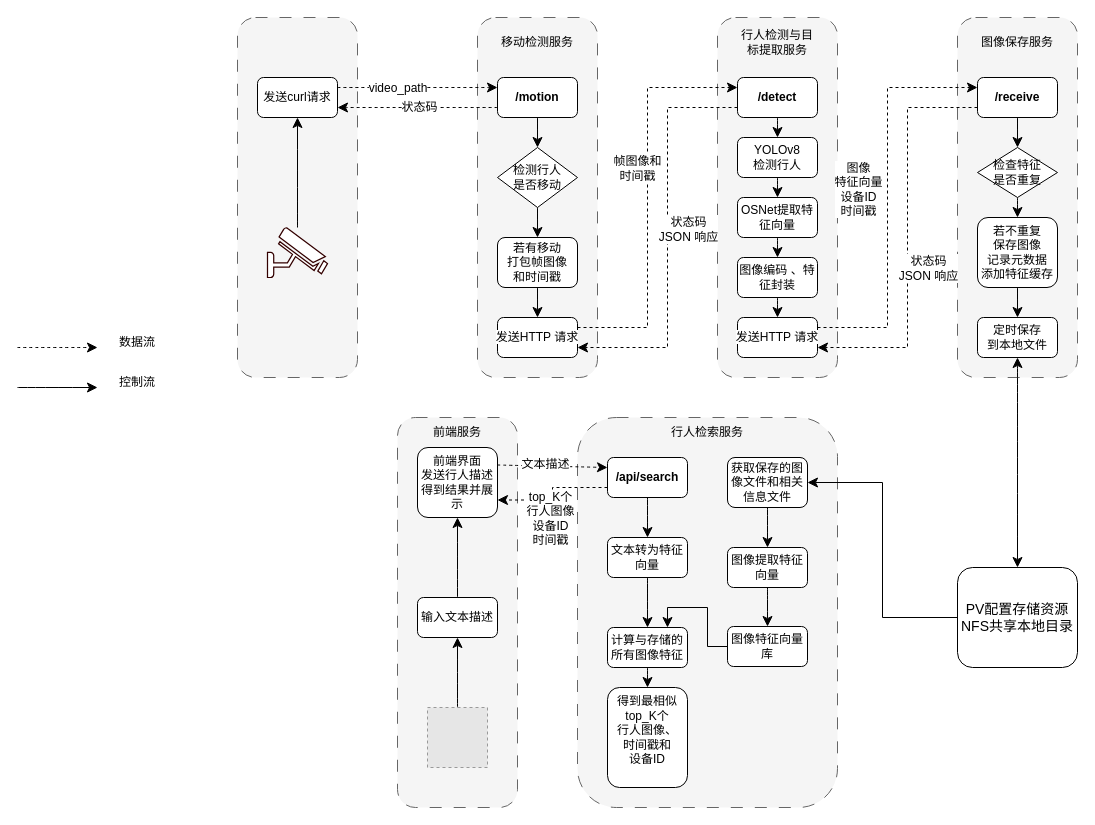
lllwwwooo/draw.io keeps this draw.io diagram as page "系统工作流" (5 of 6) of directory/边缘架构.drawio. Above is the earlier version. Source tidied: cells renumbered, new cells numbered last; positions are measured from the earlier drawing's top-left corner, leaving out a move shared by most shapes. Both pictures are drawn from the tidied source at 100%, with x=0, y=0 at pixel (17, 17). Pictures stored in the file or linked from it are replaced by grey dashed boxes.
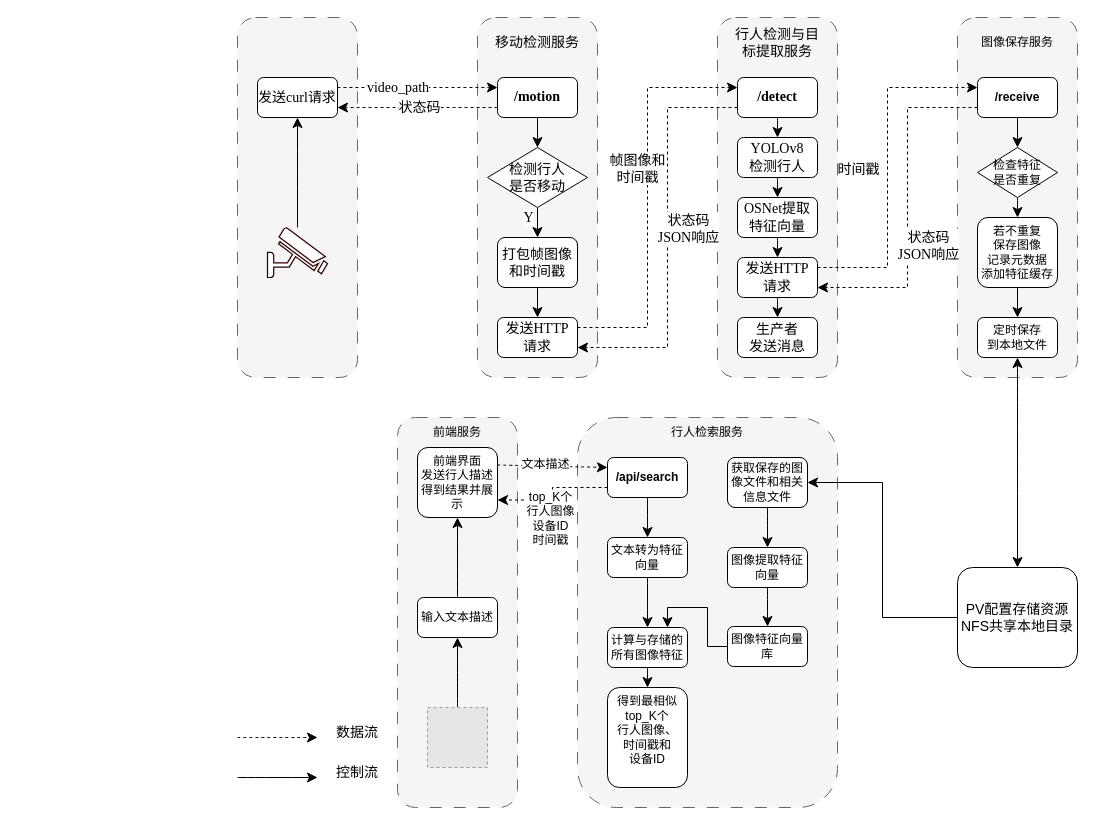
After the change.

Commit message (it also covers changes not shown here):
更新边缘架构.drawio

The change refers to these unchanged cells:
```xml
<mxCell id="7" style="edgeStyle=none;curved=1;rounded=0;jettySize=auto;html=1;exitX=1;exitY=0.25;exitDx=0;exitDy=0;entryX=0;entryY=0.25;entryDx=0;entryDy=0;fontSize=12;startSize=8;endSize=8;dashed=1;" parent="1" edge="1" source="9" target="13">
  <mxGeometry relative="1" as="geometry" />
</mxCell>
<mxCell id="11" style="edgeStyle=none;curved=1;rounded=0;jettySize=auto;html=1;exitX=0;exitY=0.75;exitDx=0;exitDy=0;entryX=1;entryY=0.75;entryDx=0;entryDy=0;fontSize=12;startSize=8;endSize=8;dashed=1;" parent="1" edge="1" source="13" target="9">
  <mxGeometry relative="1" as="geometry" />
</mxCell>
<mxCell id="17" style="edgeStyle=none;curved=1;rounded=0;jettySize=auto;html=1;exitX=0.5;exitY=1;exitDx=0;exitDy=0;entryX=0.5;entryY=0;entryDx=0;entryDy=0;fontSize=12;startSize=8;endSize=8;" parent="1" edge="1" source="18" target="28">
  <mxGeometry relative="1" as="geometry" />
</mxCell>
<mxCell id="19" style="edgeStyle=elbowEdgeStyle;rounded=0;jettySize=auto;html=1;exitX=1;exitY=0.25;exitDx=0;exitDy=0;entryX=0;entryY=0.25;entryDx=0;entryDy=0;fontSize=12;startSize=8;endSize=8;dashed=1;" parent="1" edge="1" source="21" target="25">
  <mxGeometry relative="1" as="geometry">
    <Array as="points">
      <mxPoint x="630" y="160" />
    </Array>
  </mxGeometry>
</mxCell>
<mxCell id="23" style="edgeStyle=elbowEdgeStyle;rounded=0;jettySize=auto;html=1;exitX=0;exitY=0.75;exitDx=0;exitDy=0;entryX=1;entryY=0.75;entryDx=0;entryDy=0;fontSize=12;startSize=8;endSize=8;dashed=1;" parent="1" edge="1" source="25" target="21">
  <mxGeometry relative="1" as="geometry">
    <Array as="points">
      <mxPoint x="650" y="180" />
    </Array>
  </mxGeometry>
</mxCell>
<mxCell id="45" value="&lt;b&gt;/receive&lt;/b&gt;" style="rounded=1;whiteSpace=wrap;html=1;" parent="1" vertex="1">
  <mxGeometry x="960" y="60" width="80" height="40" as="geometry" />
</mxCell>
```

Change to the diagram source:
```diff
@@
-    <mxCell id="8" value="&lt;div&gt;&lt;span style=&quot;background-color: light-dark(#ffffff, var(--ge-dark-color, #121212)); color: light-dark(rgb(0, 0, 0), rgb(255, 255, 255));&quot;&gt;video_path&lt;/span&gt;&lt;/div&gt;" style="edgeLabel;html=1;align=center;verticalAlign=middle;fontSize=12;labelPosition=center;verticalLabelPosition=middle;whiteSpace=wrap;" parent="7" vertex="1">
+    <mxCell id="8" value="&lt;div&gt;&lt;span style=&quot;background-color: light-dark(#ffffff, var(--ge-dark-color, #121212)); color: light-dark(rgb(0, 0, 0), rgb(255, 255, 255));&quot;&gt;&lt;font style=&quot;font-size: 14px;&quot; face=&quot;Times New Roman&quot;&gt;video_path&lt;/font&gt;&lt;/span&gt;&lt;/div&gt;" style="edgeLabel;html=1;align=center;verticalAlign=middle;fontSize=12;labelPosition=center;verticalLabelPosition=middle;whiteSpace=wrap;" parent="7" vertex="1">
       <mxGeometry x="-0.34" y="2" relative="1" as="geometry">
         <mxPoint x="7" y="2" as="offset" />
       </mxGeometry>
     </mxCell>
-    <mxCell id="9" value="&lt;div&gt;发送curl请求&lt;/div&gt;" style="rounded=1;whiteSpace=wrap;html=1;" parent="1" vertex="1">
+    <mxCell id="9" value="&lt;div&gt;&lt;font style=&quot;font-size: 14px;&quot;&gt;&lt;font style=&quot;&quot; face=&quot;宋体&quot;&gt;发送&lt;/font&gt;&lt;font face=&quot;Times New Roman&quot; style=&quot;&quot;&gt;curl&lt;/font&gt;&lt;font style=&quot;&quot; face=&quot;宋体&quot;&gt;请求&lt;/font&gt;&lt;/font&gt;&lt;/div&gt;" style="rounded=1;whiteSpace=wrap;html=1;" parent="1" vertex="1">
       <mxGeometry x="240" y="60" width="80" height="40" as="geometry" />
     </mxCell>
@@
-    <mxCell id="12" value="状态码" style="edgeLabel;html=1;align=center;verticalAlign=middle;fontSize=12;" parent="11" vertex="1">
+    <mxCell id="12" value="&lt;font style=&quot;font-size: 14px;&quot; face=&quot;宋体&quot;&gt;状态码&lt;/font&gt;" style="edgeLabel;html=1;align=center;verticalAlign=middle;fontSize=12;" parent="11" vertex="1">
       <mxGeometry x="-0.01" y="-1" relative="1" as="geometry" />
     </mxCell>
-    <mxCell id="13" value="&lt;div&gt;&lt;b&gt;/motion&lt;/b&gt;&lt;/div&gt;" style="rounded=1;whiteSpace=wrap;html=1;" parent="1" vertex="1">
+    <mxCell id="13" value="&lt;div&gt;&lt;b&gt;&lt;font style=&quot;font-size: 14px;&quot; face=&quot;Times New Roman&quot;&gt;/motion&lt;/font&gt;&lt;/b&gt;&lt;/div&gt;" style="rounded=1;whiteSpace=wrap;html=1;" parent="1" vertex="1">
       <mxGeometry x="480" y="60" width="80" height="40" as="geometry" />
     </mxCell>
@@
-    <mxCell id="16" value="移动检测服务" style="text;html=1;align=center;verticalAlign=middle;whiteSpace=wrap;rounded=0;" parent="1" vertex="1">
-      <mxGeometry x="480" y="10" width="80" height="30" as="geometry" />
+    <mxCell id="16" value="&lt;font style=&quot;font-size: 14px;&quot; face=&quot;宋体&quot;&gt;移动检测服务&lt;/font&gt;" style="text;html=1;align=center;verticalAlign=middle;whiteSpace=wrap;rounded=0;" parent="1" vertex="1">
+      <mxGeometry x="475" y="10" width="90" height="30" as="geometry" />
     </mxCell>
@@
+    <mxCell id="80" value="&lt;font style=&quot;font-size: 14px;&quot; face=&quot;Times New Roman&quot;&gt;Y&lt;/font&gt;" style="edgeLabel;html=1;align=center;verticalAlign=middle;" parent="17" vertex="1">
+      <mxGeometry x="-0.07" y="-2" relative="1" as="geometry">
+        <mxPoint x="-8" y="-4" as="offset" />
+      </mxGeometry>
+    </mxCell>
-    <mxCell id="18" value="检测行人&lt;div&gt;是否移动&lt;/div&gt;" style="rhombus;whiteSpace=wrap;html=1;" parent="1" vertex="1">
-      <mxGeometry x="480" y="130" width="80" height="60" as="geometry" />
+    <mxCell id="18" value="&lt;font style=&quot;font-size: 14px;&quot; face=&quot;宋体&quot;&gt;检测行人&lt;/font&gt;&lt;div&gt;&lt;font style=&quot;font-size: 14px;&quot; face=&quot;宋体&quot;&gt;是否移动&lt;/font&gt;&lt;/div&gt;" style="rhombus;whiteSpace=wrap;html=1;" parent="1" vertex="1">
+      <mxGeometry x="470" y="130" width="100" height="60" as="geometry" />
     </mxCell>
@@
-    <mxCell id="20" value="帧图像和&lt;div&gt;时间戳&lt;/div&gt;" style="edgeLabel;html=1;align=center;verticalAlign=middle;fontSize=12;" parent="19" vertex="1">
+    <mxCell id="20" value="&lt;font face=&quot;宋体&quot; style=&quot;font-size: 14px;&quot;&gt;帧图像和&lt;/font&gt;&lt;div&gt;&lt;font style=&quot;font-size: 14px;&quot; face=&quot;宋体&quot;&gt;时间戳&lt;/font&gt;&lt;/div&gt;" style="edgeLabel;html=1;align=center;verticalAlign=middle;fontSize=12;" parent="19" vertex="1">
       <mxGeometry x="0.69" y="2" relative="1" as="geometry">
         <mxPoint x="-39" y="82" as="offset" />
       </mxGeometry>
     </mxCell>
-    <mxCell id="21" value="&lt;span style=&quot;text-wrap-mode: nowrap; background-color: rgb(255, 255, 255);&quot;&gt;发送HTTP 请求&lt;/span&gt;" style="rounded=1;whiteSpace=wrap;html=1;" parent="1" vertex="1">
+    <mxCell id="21" value="&lt;span style=&quot;text-wrap-mode: nowrap; background-color: rgb(255, 255, 255);&quot;&gt;&lt;font face=&quot;宋体&quot; style=&quot;font-size: 14px;&quot;&gt;发送&lt;/font&gt;&lt;font face=&quot;Times New Roman&quot; style=&quot;font-size: 14px;&quot;&gt;HTTP&lt;/font&gt;&lt;/span&gt;&lt;div&gt;&lt;span style=&quot;text-wrap-mode: nowrap; background-color: rgb(255, 255, 255);&quot;&gt;&lt;font face=&quot;宋体&quot; style=&quot;font-size: 14px;&quot;&gt;请求&lt;/font&gt;&lt;/span&gt;&lt;/div&gt;" style="rounded=1;whiteSpace=wrap;html=1;" parent="1" vertex="1">
       <mxGeometry x="480" y="300" width="80" height="40" as="geometry" />
     </mxCell>
@@
-    <mxCell id="24" value="状态码&lt;div&gt;JSON 响应&lt;/div&gt;" style="edgeLabel;html=1;align=center;verticalAlign=middle;fontSize=12;" parent="23" vertex="1">
+    <mxCell id="24" value="&lt;font face=&quot;宋体&quot; style=&quot;font-size: 14px;&quot;&gt;状态码&lt;/font&gt;&lt;div&gt;&lt;font face=&quot;Times New Roman&quot; style=&quot;font-size: 14px;&quot;&gt;JSON&lt;/font&gt;&lt;font style=&quot;font-size: 14px;&quot; face=&quot;宋体&quot;&gt;响应&lt;/font&gt;&lt;/div&gt;" style="edgeLabel;html=1;align=center;verticalAlign=middle;fontSize=12;" parent="23" vertex="1">
       <mxGeometry x="-0.21" relative="1" as="geometry">
         <mxPoint x="20" y="33" as="offset" />
       </mxGeometry>
     </mxCell>
-    <mxCell id="25" value="&lt;div&gt;&lt;b&gt;/detect&lt;/b&gt;&lt;/div&gt;" style="rounded=1;whiteSpace=wrap;html=1;" parent="1" vertex="1">
+    <mxCell id="25" value="&lt;div&gt;&lt;b&gt;&lt;font style=&quot;font-size: 14px;&quot; face=&quot;Times New Roman&quot;&gt;/detect&lt;/font&gt;&lt;/b&gt;&lt;/div&gt;" style="rounded=1;whiteSpace=wrap;html=1;" parent="1" vertex="1">
       <mxGeometry x="720" y="60" width="80" height="40" as="geometry" />
     </mxCell>
-    <mxCell id="26" value="行人检测与目标提取服务" style="text;html=1;align=center;verticalAlign=middle;whiteSpace=wrap;rounded=0;" parent="1" vertex="1">
-      <mxGeometry x="720" y="10" width="80" height="30" as="geometry" />
+    <mxCell id="26" value="&lt;font style=&quot;font-size: 14px;&quot; face=&quot;宋体&quot;&gt;行人检测与目标提取服务&lt;/font&gt;" style="text;html=1;align=center;verticalAlign=middle;whiteSpace=wrap;rounded=0;" parent="1" vertex="1">
+      <mxGeometry x="715" y="10" width="90" height="30" as="geometry" />
     </mxCell>
@@
-    <mxCell id="28" value="&lt;span style=&quot;text-wrap-mode: nowrap; background-color: rgb(255, 255, 255);&quot;&gt;若有移动&lt;/span&gt;&lt;div&gt;&lt;span style=&quot;text-wrap-mode: nowrap; background-color: rgb(255, 255, 255);&quot;&gt;打包&lt;/span&gt;&lt;span style=&quot;background-color: light-dark(rgb(255, 255, 255), rgb(18, 18, 18)); text-wrap-mode: nowrap; color: light-dark(rgb(0, 0, 0), rgb(255, 255, 255));&quot;&gt;帧图像&lt;/span&gt;&lt;div&gt;&lt;span style=&quot;text-wrap-mode: nowrap; background-color: rgb(255, 255, 255);&quot;&gt;和时间戳&lt;/span&gt;&lt;/div&gt;&lt;/div&gt;" style="rounded=1;whiteSpace=wrap;html=1;" parent="1" vertex="1">
+    <mxCell id="28" value="&lt;div&gt;&lt;font style=&quot;&quot; face=&quot;宋体&quot;&gt;&lt;span style=&quot;font-size: 14px; text-wrap-mode: nowrap; background-color: rgb(255, 255, 255);&quot;&gt;打包&lt;/span&gt;&lt;span style=&quot;background-color: light-dark(rgb(255, 255, 255), rgb(18, 18, 18)); text-wrap-mode: nowrap; color: light-dark(rgb(0, 0, 0), rgb(255, 255, 255));&quot;&gt;&lt;font style=&quot;font-size: 14px;&quot;&gt;帧图像&lt;/font&gt;&lt;/span&gt;&lt;/font&gt;&lt;div&gt;&lt;span style=&quot;text-wrap-mode: nowrap; background-color: rgb(255, 255, 255);&quot;&gt;&lt;font style=&quot;font-size: 14px;&quot; face=&quot;宋体&quot;&gt;和时间戳&lt;/font&gt;&lt;/span&gt;&lt;/div&gt;&lt;/div&gt;" style="rounded=1;whiteSpace=wrap;html=1;" parent="1" vertex="1">
       <mxGeometry x="480" y="220" width="80" height="50" as="geometry" />
     </mxCell>
@@
-    <mxCell id="30" value="&lt;div&gt;YOLOv8&lt;/div&gt;&lt;div&gt;检测行人&lt;/div&gt;" style="rounded=1;whiteSpace=wrap;html=1;" parent="1" vertex="1">
+    <mxCell id="30" value="&lt;div&gt;&lt;font face=&quot;Times New Roman&quot; style=&quot;font-size: 14px;&quot;&gt;YOLOv8&lt;/font&gt;&lt;/div&gt;&lt;div&gt;&lt;font style=&quot;font-size: 14px;&quot; face=&quot;宋体&quot;&gt;检测行人&lt;/font&gt;&lt;/div&gt;" style="rounded=1;whiteSpace=wrap;html=1;" parent="1" vertex="1">
       <mxGeometry x="720" y="120" width="80" height="40" as="geometry" />
     </mxCell>
     <mxCell id="31" style="endArrow=classic;html=1;rounded=0;fontSize=12;startSize=8;endSize=8;curved=1;dashed=1;" parent="1" edge="1">
       <mxGeometry relative="1" as="geometry">
-        <mxPoint y="330" as="sourcePoint" />
-        <mxPoint x="80" y="330" as="targetPoint" />
+        <mxPoint x="220" y="720" as="sourcePoint" />
+        <mxPoint x="300" y="720" as="targetPoint" />
       </mxGeometry>
     </mxCell>
-    <mxCell id="32" value="数据流" style="text;html=1;align=center;verticalAlign=middle;whiteSpace=wrap;rounded=0;" parent="1" vertex="1">
-      <mxGeometry x="90" y="310" width="60" height="30" as="geometry" />
+    <mxCell id="32" value="&lt;font style=&quot;font-size: 14px;&quot; face=&quot;宋体&quot;&gt;数据流&lt;/font&gt;" style="text;html=1;align=center;verticalAlign=middle;whiteSpace=wrap;rounded=0;" parent="1" vertex="1">
+      <mxGeometry x="310" y="700" width="60" height="30" as="geometry" />
     </mxCell>
     <mxCell id="33" style="endArrow=classic;html=1;rounded=0;fontSize=12;startSize=8;endSize=8;curved=1;" parent="1" edge="1">
       <mxGeometry relative="1" as="geometry">
-        <mxPoint y="370" as="sourcePoint" />
-        <mxPoint x="80" y="370" as="targetPoint" />
+        <mxPoint x="220" y="760" as="sourcePoint" />
+        <mxPoint x="300" y="760" as="targetPoint" />
       </mxGeometry>
     </mxCell>
-    <mxCell id="34" value="控制流" style="text;html=1;align=center;verticalAlign=middle;whiteSpace=wrap;rounded=0;" parent="1" vertex="1">
-      <mxGeometry x="90" y="350" width="60" height="30" as="geometry" />
+    <mxCell id="34" value="&lt;font style=&quot;font-size: 14px;&quot; face=&quot;宋体&quot;&gt;控制流&lt;/font&gt;" style="text;html=1;align=center;verticalAlign=middle;whiteSpace=wrap;rounded=0;" parent="1" vertex="1">
+      <mxGeometry x="310" y="740" width="60" height="30" as="geometry" />
     </mxCell>
@@
-    <mxCell id="36" value="OSNet提取特征向量" style="rounded=1;whiteSpace=wrap;html=1;" parent="1" vertex="1">
+    <mxCell id="36" value="&lt;font style=&quot;font-size: 14px;&quot;&gt;&lt;font style=&quot;&quot;&gt;&lt;font face=&quot;Times New Roman&quot;&gt;OSNet&lt;/font&gt;&lt;font face=&quot;宋体&quot;&gt;提取特&lt;/font&gt;&lt;/font&gt;&lt;font face=&quot;宋体&quot;&gt;征向量&lt;/font&gt;&lt;/font&gt;" style="rounded=1;whiteSpace=wrap;html=1;" parent="1" vertex="1">
       <mxGeometry x="720" y="180" width="80" height="40" as="geometry" />
     </mxCell>
@@
-    <mxCell id="38" value="图像编码 、特征封装" style="rounded=1;whiteSpace=wrap;html=1;" parent="1" vertex="1">
+    <mxCell id="38" value="&lt;span style=&quot;text-wrap-mode: nowrap; background-color: rgb(255, 255, 255);&quot;&gt;&lt;font style=&quot;font-size: 14px;&quot; face=&quot;宋体&quot;&gt;发送&lt;/font&gt;&lt;font style=&quot;font-size: 14px;&quot; face=&quot;Times New Roman&quot;&gt;HTTP&lt;/font&gt;&lt;/span&gt;&lt;div&gt;&lt;span style=&quot;text-wrap-mode: nowrap; background-color: rgb(255, 255, 255);&quot;&gt;&lt;font style=&quot;font-size: 14px;&quot; face=&quot;宋体&quot;&gt;请求&lt;/font&gt;&lt;/span&gt;&lt;/div&gt;" style="rounded=1;whiteSpace=wrap;html=1;" parent="1" vertex="1">
       <mxGeometry x="720" y="240" width="80" height="40" as="geometry" />
     </mxCell>
-    <mxCell id="39" style="edgeStyle=elbowEdgeStyle;rounded=0;jettySize=auto;html=1;exitX=1;exitY=0.25;exitDx=0;exitDy=0;entryX=0;entryY=0.25;entryDx=0;entryDy=0;fontSize=12;startSize=8;endSize=8;dashed=1;" parent="1" edge="1" source="41" target="45">
+    <mxCell id="39" style="edgeStyle=elbowEdgeStyle;rounded=0;jettySize=auto;html=1;exitX=1;exitY=0.25;exitDx=0;exitDy=0;entryX=0;entryY=0.25;entryDx=0;entryDy=0;fontSize=12;startSize=8;endSize=8;dashed=1;" parent="1" edge="1" source="38" target="45">
       <mxGeometry relative="1" as="geometry">
         <Array as="points">
           <mxPoint x="870" y="190" />
         </Array>
       </mxGeometry>
     </mxCell>
-    <mxCell id="40" value="图像&lt;div&gt;特征向量&lt;/div&gt;&lt;div&gt;设备ID&lt;/div&gt;&lt;div&gt;时间戳&lt;/div&gt;" style="edgeLabel;html=1;align=center;verticalAlign=middle;fontSize=12;" parent="39" vertex="1">
+    <mxCell id="40" value="&lt;br&gt;&lt;div&gt;&lt;font style=&quot;font-size: 14px;&quot; face=&quot;宋体&quot;&gt;时间戳&lt;/font&gt;&lt;/div&gt;" style="edgeLabel;html=1;align=center;verticalAlign=middle;fontSize=12;" parent="39" vertex="1">
       <mxGeometry x="0.11" y="1" relative="1" as="geometry">
         <mxPoint x="-29" y="13" as="offset" />
       </mxGeometry>
     </mxCell>
-    <mxCell id="41" value="&lt;span style=&quot;text-wrap-mode: nowrap; background-color: rgb(255, 255, 255);&quot;&gt;发送HTTP 请求&lt;/span&gt;" style="rounded=1;whiteSpace=wrap;html=1;" parent="1" vertex="1">
+    <mxCell id="41" value="&lt;span style=&quot;text-wrap-mode: nowrap; background-color: rgb(255, 255, 255);&quot;&gt;&lt;font face=&quot;宋体&quot; style=&quot;font-size: 14px;&quot;&gt;生产者&lt;/font&gt;&lt;/span&gt;&lt;div&gt;&lt;span style=&quot;text-wrap-mode: nowrap; background-color: rgb(255, 255, 255);&quot;&gt;&lt;font style=&quot;font-size: 14px;&quot; face=&quot;宋体&quot;&gt;发送消息&lt;/font&gt;&lt;/span&gt;&lt;/div&gt;" style="rounded=1;whiteSpace=wrap;html=1;" parent="1" vertex="1">
       <mxGeometry x="720" y="300" width="80" height="40" as="geometry" />
     </mxCell>
@@
-    <mxCell id="43" style="edgeStyle=elbowEdgeStyle;rounded=0;jettySize=auto;html=1;exitX=0;exitY=0.75;exitDx=0;exitDy=0;entryX=1;entryY=0.75;entryDx=0;entryDy=0;fontSize=12;startSize=8;endSize=8;dashed=1;" parent="1" edge="1" source="45" target="41">
+    <mxCell id="43" style="edgeStyle=elbowEdgeStyle;rounded=0;jettySize=auto;html=1;exitX=0;exitY=0.75;exitDx=0;exitDy=0;entryX=1;entryY=0.75;entryDx=0;entryDy=0;fontSize=12;startSize=8;endSize=8;dashed=1;" parent="1" edge="1" source="45" target="38">
       <mxGeometry relative="1" as="geometry">
         <Array as="points">
           <mxPoint x="890" y="210" />
         </Array>
       </mxGeometry>
     </mxCell>
-    <mxCell id="44" value="状态码&lt;div&gt;JSON 响应&lt;/div&gt;" style="edgeLabel;html=1;align=center;verticalAlign=middle;fontSize=12;" parent="43" vertex="1">
+    <mxCell id="44" value="&lt;font style=&quot;font-size: 14px;&quot; face=&quot;宋体&quot;&gt;状态码&lt;/font&gt;&lt;div&gt;&lt;font style=&quot;font-size: 14px;&quot; face=&quot;Times New Roman&quot;&gt;JSON&lt;/font&gt;&lt;font style=&quot;font-size: 14px;&quot; face=&quot;宋体&quot;&gt;响应&lt;/font&gt;&lt;/div&gt;" style="edgeLabel;html=1;align=center;verticalAlign=middle;fontSize=12;" parent="43" vertex="1">
       <mxGeometry x="-0.27" y="-1" relative="1" as="geometry">
         <mxPoint x="21" y="84" as="offset" />
       </mxGeometry>
     </mxCell>
```
